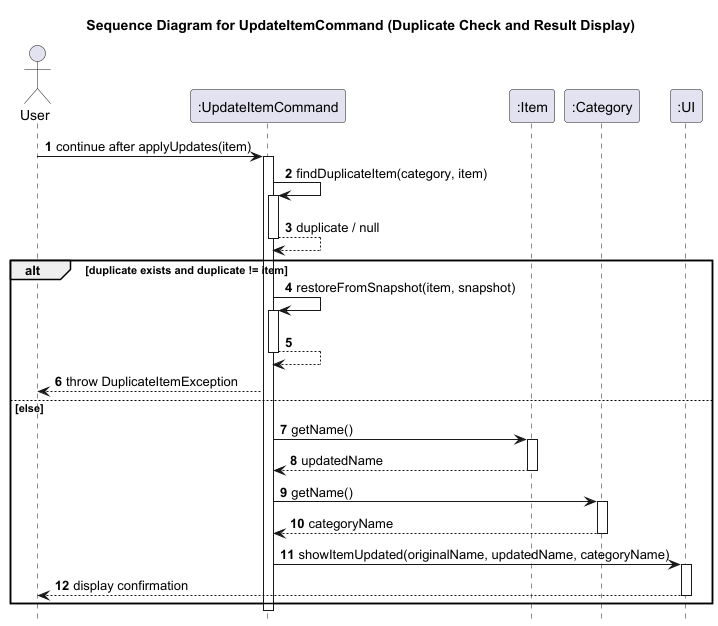
The PlantUML diagram docs/diagrams/sequence/UpdateItemCommandDuplicateCheckFlow.png in KOIiiii07/tp, before a commit.
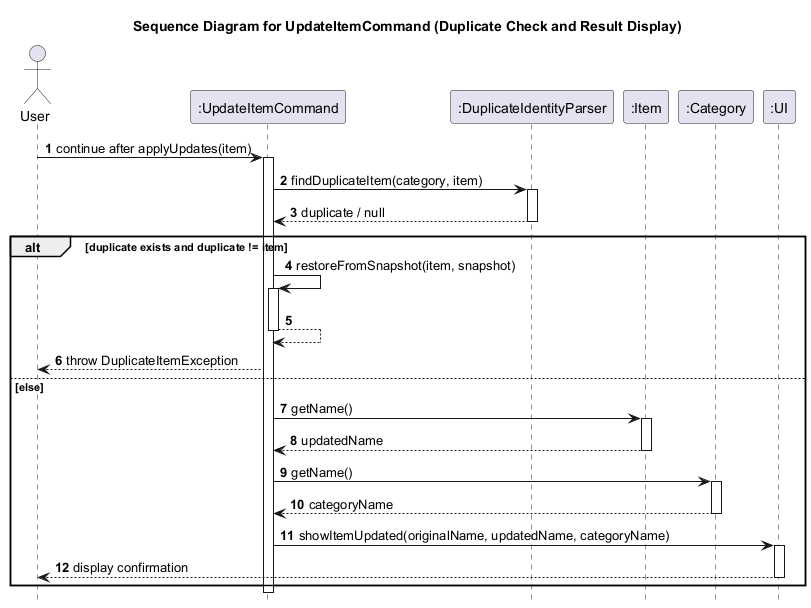
After the change.

Change to the diagram source:
```diff
@@ -6,6 +6,7 @@
 
 actor User
 participant ":UpdateItemCommand" as UpdateItemCommand
+participant ":DuplicateIdentityParser" as DuplicateIdentityParser
 participant ":Item" as Item
 participant ":Category" as Category
 participant ":UI" as UI
@@ -13,10 +14,10 @@
 User -> UpdateItemCommand: continue after applyUpdates(item)
 activate UpdateItemCommand
 
-UpdateItemCommand -> UpdateItemCommand: findDuplicateItem(category, item)
-activate UpdateItemCommand
-UpdateItemCommand --> UpdateItemCommand: duplicate / null
-deactivate UpdateItemCommand
+UpdateItemCommand -> DuplicateIdentityParser: findDuplicateItem(category, item)
+activate DuplicateIdentityParser
+DuplicateIdentityParser --> UpdateItemCommand: duplicate / null
+deactivate DuplicateIdentityParser
 
 alt duplicate exists and duplicate != item
     UpdateItemCommand -> UpdateItemCommand: restoreFromSnapshot(item, snapshot)
```
